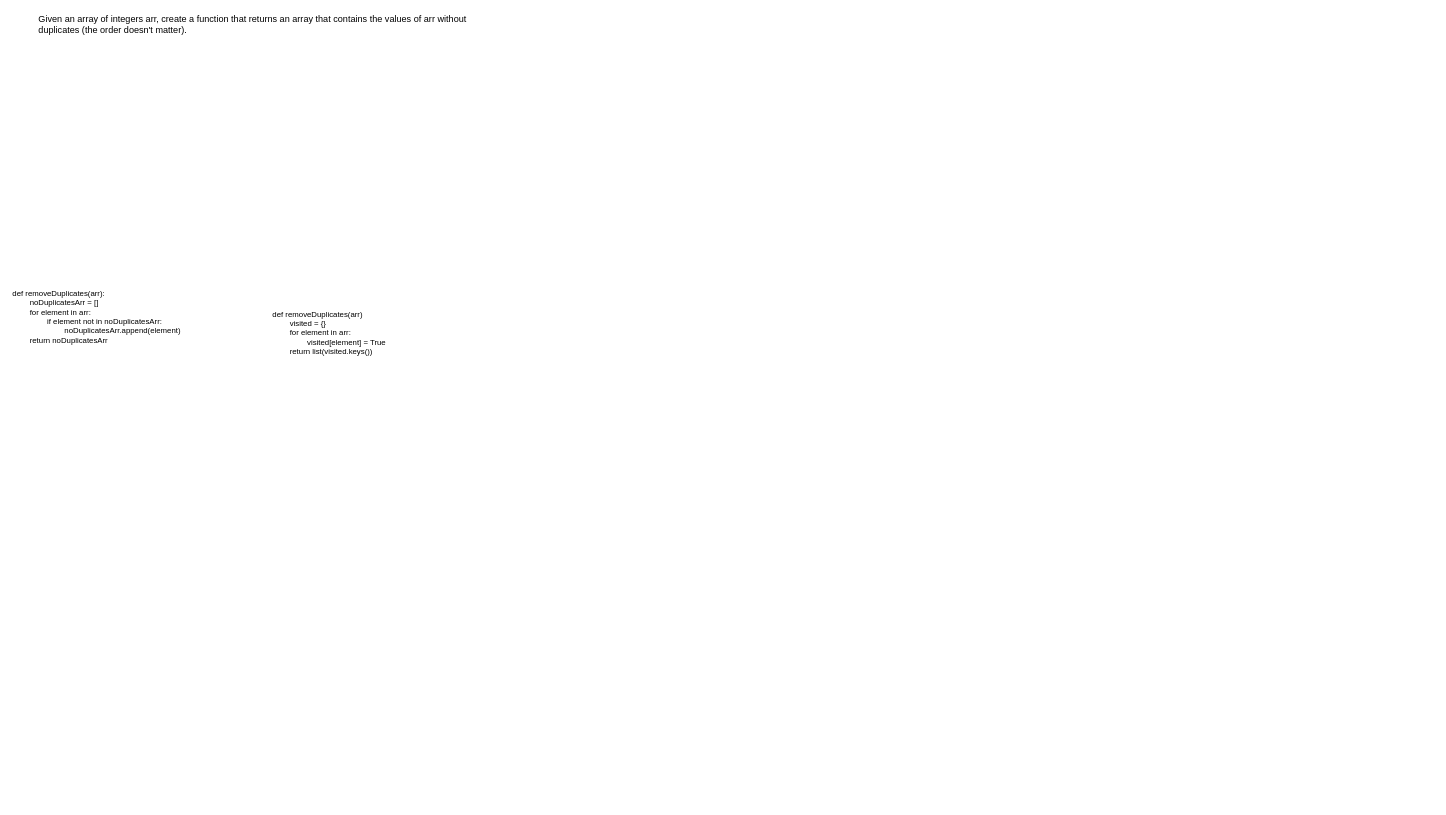
This is CodeCracking/RemoveDuplicates.drawio from tyk1hc/drawio, a draw.io file, before an edit. Source tidied: cells renumbered, new cells numbered last; positions are measured from the earlier drawing's top-left corner, leaving out a move shared by most shapes. Both pictures are drawn from the tidied source at 65%, with x=0, y=0 at pixel (11, 11).
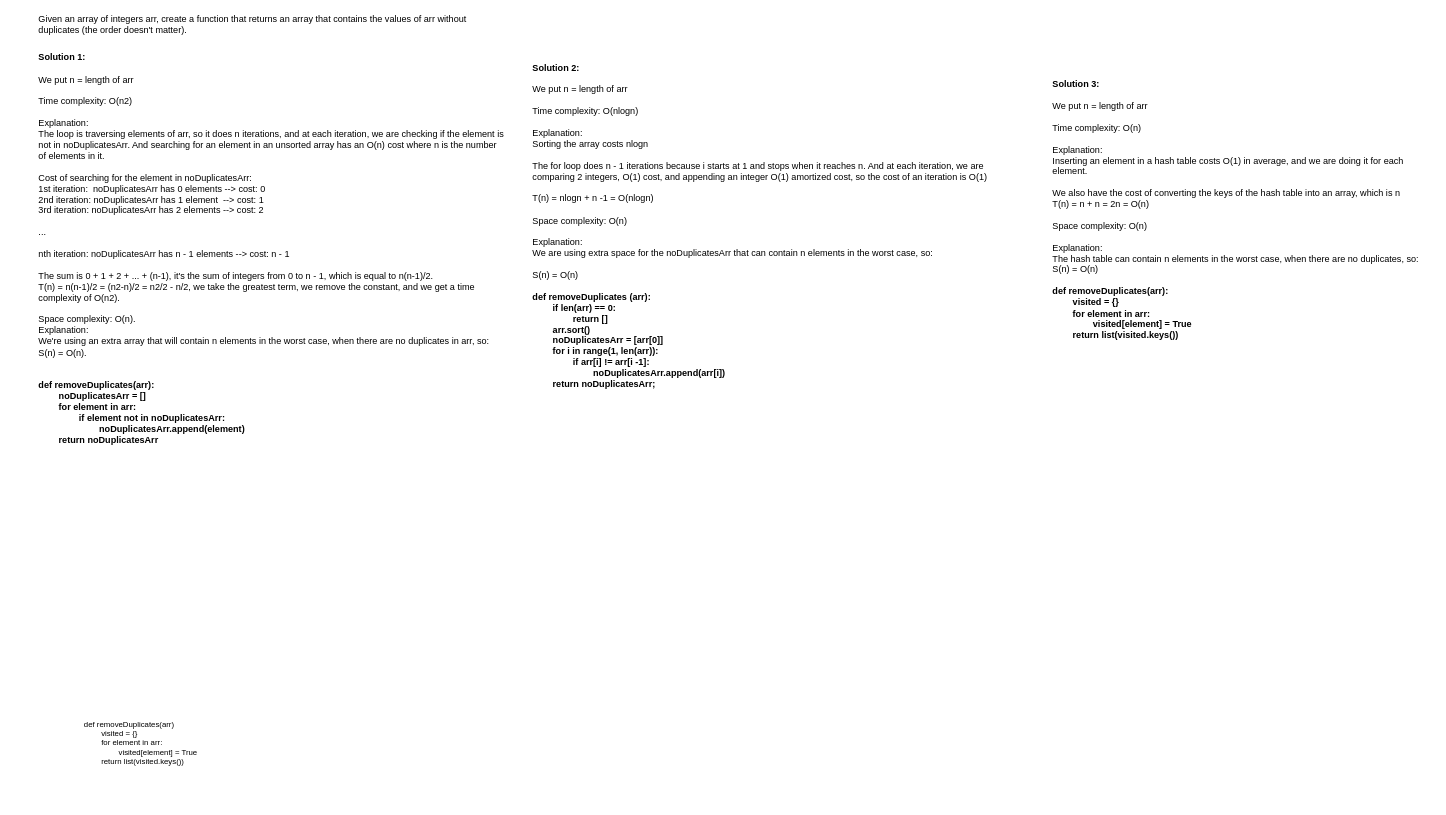
After the change.

What changed in the source:
```diff
@@
 <mxGraphModel>
   <root>
     <mxCell id="0" />
     <mxCell id="1" parent="0" />
     <mxCell id="2" value="Given an array of integers arr, create a function that returns an array that contains the values of arr without duplicates (the order doesn't matter)." style="text;html=1;align=left;verticalAlign=middle;whiteSpace=wrap;rounded=0;fontSize=14;" parent="1" vertex="1">
       <mxGeometry x="40" width="720" height="40" as="geometry" />
     </mxCell>
-    <mxCell id="3" value="&lt;div&gt;def removeDuplicates(arr):&lt;/div&gt;&lt;div&gt;&lt;span style=&quot;white-space: pre;&quot;&gt;&#9;&lt;/span&gt;noDuplicatesArr = []&lt;/div&gt;&lt;div&gt;&lt;span style=&quot;white-space: pre;&quot;&gt;&#9;&lt;/span&gt;for element in arr:&lt;/div&gt;&lt;div&gt;&lt;span style=&quot;white-space: pre;&quot;&gt;&#9;&lt;/span&gt;&lt;span style=&quot;white-space: pre;&quot;&gt;&#9;&lt;/span&gt;if element not in noDuplicatesArr:&lt;/div&gt;&lt;div&gt;&lt;span style=&quot;white-space: pre;&quot;&gt;&#9;&lt;/span&gt;&lt;span style=&quot;white-space: pre;&quot;&gt;&#9;&lt;/span&gt;&lt;span style=&quot;white-space: pre;&quot;&gt;&#9;&lt;/span&gt;noDuplicatesArr.append(element)&lt;/div&gt;&lt;div&gt;&lt;span style=&quot;white-space: pre;&quot;&gt;&#9;&lt;/span&gt;return noDuplicatesArr &lt;br&gt; &lt;/div&gt;" style="text;html=1;align=left;verticalAlign=middle;whiteSpace=wrap;rounded=0;" parent="1" vertex="1">
-      <mxGeometry y="355" width="300" height="230" as="geometry" />
-    </mxCell>
     <mxCell id="4" value="&lt;div&gt;def removeDuplicates(arr)&lt;/div&gt;&lt;div&gt;&lt;span style=&quot;white-space: pre;&quot;&gt;&#9;&lt;/span&gt;visited = {}&lt;/div&gt;&lt;div&gt;&lt;span style=&quot;white-space: pre;&quot;&gt;&#9;&lt;/span&gt;for element in arr:&lt;/div&gt;&lt;div&gt;&lt;span style=&quot;white-space: pre;&quot;&gt;&#9;&lt;/span&gt;&lt;span style=&quot;white-space: pre;&quot;&gt;&#9;&lt;/span&gt;visited[element] = True&lt;/div&gt;&lt;div&gt;&lt;span style=&quot;white-space: pre;&quot;&gt;&#9;&lt;/span&gt;return list(visited.keys())&lt;br&gt;&lt;/div&gt;" style="text;html=1;align=left;verticalAlign=middle;whiteSpace=wrap;rounded=0;" parent="1" vertex="1">
-      <mxGeometry x="400" y="400" width="400" height="190" as="geometry" />
+      <mxGeometry x="110" y="1030" width="400" height="190" as="geometry" />
     </mxCell>
+    <mxCell id="5" value="&lt;div&gt;&lt;font&gt;&lt;b&gt;Solution 1:&lt;/b&gt;&lt;/font&gt;&lt;/div&gt;&lt;div&gt;&lt;font&gt;&lt;br&gt;&lt;/font&gt;&lt;/div&gt;&lt;div&gt;&lt;font&gt;We put n = length of arr&lt;/font&gt;&lt;/div&gt;&lt;div&gt;&lt;font&gt;&lt;br&gt;&lt;/font&gt;&lt;/div&gt;&lt;div&gt;&lt;font&gt;Time complexity: O(n2) &lt;br&gt;&lt;/font&gt;&lt;/div&gt;&lt;div&gt;&lt;font&gt;&lt;br&gt;&lt;/font&gt;&lt;/div&gt;&lt;div&gt;&lt;font&gt;Explanation:&lt;/font&gt;&lt;/div&gt;&lt;div&gt;&lt;font&gt;The loop is traversing elements of arr, so it does n iterations, and at each iteration, we are checking if the element is not in noDuplicatesArr. And searching for an element in an unsorted array has an O(n) cost where n is the number of elements in it.&lt;/font&gt;&lt;/div&gt;&lt;div&gt;&lt;font&gt;&lt;br&gt;&lt;/font&gt;&lt;/div&gt;&lt;div&gt;&lt;font&gt;Cost of searching for the element in noDuplicatesArr:&lt;/font&gt;&lt;/div&gt;&lt;div&gt;&lt;font&gt;1st iteration:&amp;nbsp; noDuplicatesArr has 0 elements --&amp;gt; cost: 0&lt;/font&gt;&lt;/div&gt;&lt;div&gt;&lt;font&gt;2nd iteration: noDuplicatesArr has 1 element&amp;nbsp; --&amp;gt; cost: 1&lt;/font&gt;&lt;/div&gt;&lt;div&gt;&lt;font&gt;3rd iteration: noDuplicatesArr has 2 elements --&amp;gt; cost: 2&lt;/font&gt;&lt;/div&gt;&lt;div&gt;&lt;font&gt;&lt;br&gt;&lt;/font&gt;&lt;/div&gt;&lt;div&gt;&lt;font&gt;...&lt;/font&gt;&lt;/div&gt;&lt;div&gt;&lt;font&gt;&lt;br&gt;&lt;/font&gt;&lt;/div&gt;&lt;div&gt;&lt;font&gt;nth iteration: noDuplicatesArr has n - 1 elements --&amp;gt; cost: n - 1&lt;/font&gt;&lt;/div&gt;&lt;div&gt;&lt;font&gt;&lt;br&gt;&lt;/font&gt;&lt;/div&gt;&lt;div&gt;&lt;font&gt;The sum is 0 + 1 + 2 + ... + (n-1), it's the sum of integers from 0 to n - 1, which is equal to n(n-1)/2.&lt;/font&gt;&lt;/div&gt;&lt;div&gt;&lt;font&gt;T(n) = n(n-1)/2 = (n2-n)/2 = n2/2 - n/2, we take the greatest term, we remove the constant, and we get a time complexity of O(n2).&lt;br&gt;&lt;/font&gt;&lt;/div&gt;&lt;div&gt;&lt;font&gt;&lt;br&gt;&lt;/font&gt;&lt;/div&gt;&lt;div&gt;&lt;font&gt;Space complexity: O(n).&lt;/font&gt;&lt;/div&gt;&lt;div&gt;&lt;font&gt;Explanation:&lt;/font&gt;&lt;/div&gt;&lt;div&gt;&lt;font&gt;We're using an extra array that will contain n elements in the worst case, when there are no duplicates in arr, so:&lt;/font&gt;&lt;/div&gt;&lt;div&gt;&lt;font&gt;S(n) = O(n).&lt;br&gt;&lt;/font&gt;&lt;/div&gt;&lt;div&gt;&lt;font&gt;&lt;br&gt;&lt;/font&gt;&lt;/div&gt;&lt;div&gt;&lt;font&gt;&lt;br&gt;&lt;/font&gt;&lt;/div&gt;&lt;div&gt;&lt;div&gt;&lt;b&gt;&lt;font&gt;def removeDuplicates(arr):&lt;/font&gt;&lt;/b&gt;&lt;/div&gt;&lt;div&gt;&lt;b&gt;&lt;font&gt;&lt;span style=&quot;white-space: pre;&quot;&gt;&#9;&lt;/span&gt;noDuplicatesArr = []&lt;/font&gt;&lt;/b&gt;&lt;/div&gt;&lt;div&gt;&lt;b&gt;&lt;font&gt;&lt;span style=&quot;white-space: pre;&quot;&gt;&#9;&lt;/span&gt;for element in arr:&lt;/font&gt;&lt;/b&gt;&lt;/div&gt;&lt;div&gt;&lt;b&gt;&lt;font&gt;&lt;span style=&quot;white-space: pre;&quot;&gt;&#9;&lt;/span&gt;&lt;span style=&quot;white-space: pre;&quot;&gt;&#9;&lt;/span&gt;if element not in noDuplicatesArr:&lt;/font&gt;&lt;/b&gt;&lt;/div&gt;&lt;div&gt;&lt;b&gt;&lt;font&gt;&lt;span style=&quot;white-space: pre;&quot;&gt;&#9;&lt;/span&gt;&lt;span style=&quot;white-space: pre;&quot;&gt;&#9;&lt;/span&gt;&lt;span style=&quot;white-space: pre;&quot;&gt;&#9;&lt;/span&gt;noDuplicatesArr.append(element)&lt;/font&gt;&lt;/b&gt;&lt;/div&gt;&lt;b&gt;&lt;font&gt;&lt;span style=&quot;white-space: pre;&quot;&gt;&#9;&lt;/span&gt;return noDuplicatesArr&lt;/font&gt;&lt;/b&gt;&lt;/div&gt;" style="text;html=1;align=left;verticalAlign=middle;whiteSpace=wrap;rounded=0;fontSize=14;" parent="1" vertex="1">
+      <mxGeometry x="40" y="60" width="720" height="610" as="geometry" />
+    </mxCell>
+    <mxCell id="6" value="&lt;div&gt;&lt;b&gt;Solution 2:&lt;/b&gt;&lt;/div&gt;&lt;div&gt;&lt;br&gt;&lt;/div&gt;&lt;div&gt;We put n = length of arr&lt;/div&gt;&lt;div&gt;&lt;br&gt;&lt;/div&gt;&lt;div&gt;Time complexity: O(nlogn)&lt;/div&gt;&lt;div&gt;&lt;br&gt;&lt;/div&gt;&lt;div&gt;Explanation:&lt;/div&gt;&lt;div&gt;Sorting the array costs nlogn &lt;br&gt;&lt;/div&gt;&lt;div&gt;&lt;br&gt;&lt;/div&gt;&lt;div&gt;The for loop does n - 1 iterations because i starts at 1 and stops when it reaches n. And at each iteration, we are comparing 2 integers, O(1) cost, and appending an integer O(1) amortized cost, so the cost of an iteration is O(1)&lt;/div&gt;&lt;div&gt;&lt;br&gt;&lt;/div&gt;&lt;div&gt;T(n) = nlogn + n -1 = O(nlogn)&lt;/div&gt;&lt;div&gt;&lt;br&gt;&lt;/div&gt;&lt;div&gt;Space complexity: O(n)&lt;/div&gt;&lt;div&gt;&lt;br&gt;&lt;/div&gt;&lt;div&gt;Explanation:&lt;/div&gt;&lt;div&gt;We are using extra space for the noDuplicatesArr that can contain n elements in the worst case, so:&lt;br&gt;&lt;br&gt;S(n) = O(n)&lt;/div&gt;&lt;div&gt;&lt;br&gt;&lt;/div&gt;&lt;div&gt;&lt;b&gt;def removeDuplicates (arr):&lt;/b&gt;&lt;/div&gt;&lt;div&gt;&lt;b&gt;&lt;span style=&quot;white-space: pre;&quot;&gt;&#9;&lt;/span&gt;if len(arr) == 0:&lt;/b&gt;&lt;/div&gt;&lt;div&gt;&lt;b&gt;&lt;span style=&quot;white-space: pre;&quot;&gt;&#9;&lt;/span&gt;&lt;span style=&quot;white-space: pre;&quot;&gt;&#9;&lt;/span&gt;return []&lt;/b&gt;&lt;/div&gt;&lt;div&gt;&lt;b&gt;&lt;span style=&quot;white-space: pre;&quot;&gt;&#9;&lt;/span&gt;arr.sort()&lt;/b&gt;&lt;/div&gt;&lt;div&gt;&lt;b&gt;&lt;span style=&quot;white-space: pre;&quot;&gt;&#9;&lt;/span&gt;noDuplicatesArr = [arr[0]]&lt;/b&gt;&lt;/div&gt;&lt;div&gt;&lt;b&gt;&lt;span style=&quot;white-space: pre;&quot;&gt;&#9;&lt;/span&gt;for i in range(1, len(arr)):&lt;/b&gt;&lt;/div&gt;&lt;div&gt;&lt;b&gt;&lt;span style=&quot;white-space: pre;&quot;&gt;&#9;&lt;/span&gt;&lt;span style=&quot;white-space: pre;&quot;&gt;&#9;&lt;/span&gt;if arr[i] != arr[i -1]:&lt;/b&gt;&lt;/div&gt;&lt;div&gt;&lt;b&gt;&lt;span style=&quot;white-space: pre;&quot;&gt;&#9;&lt;/span&gt;&lt;span style=&quot;white-space: pre;&quot;&gt;&#9;&lt;/span&gt;&lt;span style=&quot;white-space: pre;&quot;&gt;&#9;&lt;/span&gt;noDuplicatesArr.append(arr[i])&lt;/b&gt;&lt;/div&gt;&lt;div&gt;&lt;b&gt;&lt;span style=&quot;white-space: pre;&quot;&gt;&#9;&lt;/span&gt;return noDuplicatesArr;&lt;/b&gt;&lt;br&gt;&lt;/div&gt;" style="text;html=1;align=left;verticalAlign=middle;whiteSpace=wrap;rounded=0;fontSize=14;" parent="1" vertex="1">
+      <mxGeometry x="800" y="60" width="720" height="540" as="geometry" />
+    </mxCell>
+    <mxCell id="7" value="&lt;div&gt;&lt;b&gt;Solution 3:&lt;/b&gt;&lt;/div&gt;&lt;div&gt;&lt;br&gt;&lt;/div&gt;&lt;div&gt;We put n = length of arr &lt;br&gt;&lt;/div&gt;&lt;div&gt;&lt;br&gt;&lt;/div&gt;&lt;div&gt;Time complexity: O(n) &lt;br&gt;&lt;/div&gt;&lt;div&gt;&lt;br&gt;&lt;/div&gt;&lt;div&gt;Explanation:&lt;/div&gt;&lt;div&gt;Inserting an element in a hash table costs O(1) in average, and we are doing it for each element.&lt;/div&gt;&lt;div&gt;&lt;br&gt;&lt;/div&gt;&lt;div&gt;We also have the cost of converting the keys of the hash table into an array, which is n&lt;/div&gt;&lt;div&gt;T(n) = n + n = 2n = O(n)&lt;/div&gt;&lt;div&gt;&lt;br&gt;&lt;/div&gt;&lt;div&gt;Space complexity: O(n)&lt;/div&gt;&lt;div&gt;&lt;br&gt;&lt;/div&gt;&lt;div&gt;Explanation: &lt;br&gt;The hash table can contain n elements in the worst case, when there are no duplicates, so:&lt;/div&gt;&lt;div&gt;S(n) = O(n)&lt;/div&gt;&lt;div&gt;&lt;br&gt;&lt;/div&gt;&lt;div&gt;&lt;b&gt;def removeDuplicates(arr):&lt;/b&gt;&lt;/div&gt;&lt;div&gt;&lt;b&gt;&lt;span style=&quot;white-space: pre;&quot;&gt;&#9;&lt;/span&gt;visited = {}&lt;/b&gt;&lt;/div&gt;&lt;div&gt;&lt;b&gt;&lt;span style=&quot;white-space: pre;&quot;&gt;&#9;&lt;/span&gt;for element in arr:&lt;/b&gt;&lt;/div&gt;&lt;div&gt;&lt;b&gt;&lt;span style=&quot;white-space: pre;&quot;&gt;&#9;&lt;/span&gt;&lt;span style=&quot;white-space: pre;&quot;&gt;&#9;&lt;/span&gt;visited[element] = True&lt;/b&gt;&lt;/div&gt;&lt;div&gt;&lt;b&gt;&lt;span style=&quot;white-space: pre;&quot;&gt;&#9;&lt;/span&gt;return list(visited.keys())&lt;/b&gt;&lt;br&gt;&lt;/div&gt;" style="text;html=1;align=left;verticalAlign=middle;whiteSpace=wrap;rounded=0;fontSize=14;" parent="1" vertex="1">
+      <mxGeometry x="1600" y="50" width="590" height="510" as="geometry" />
+    </mxCell>
   </root>
 </mxGraphModel>
```
